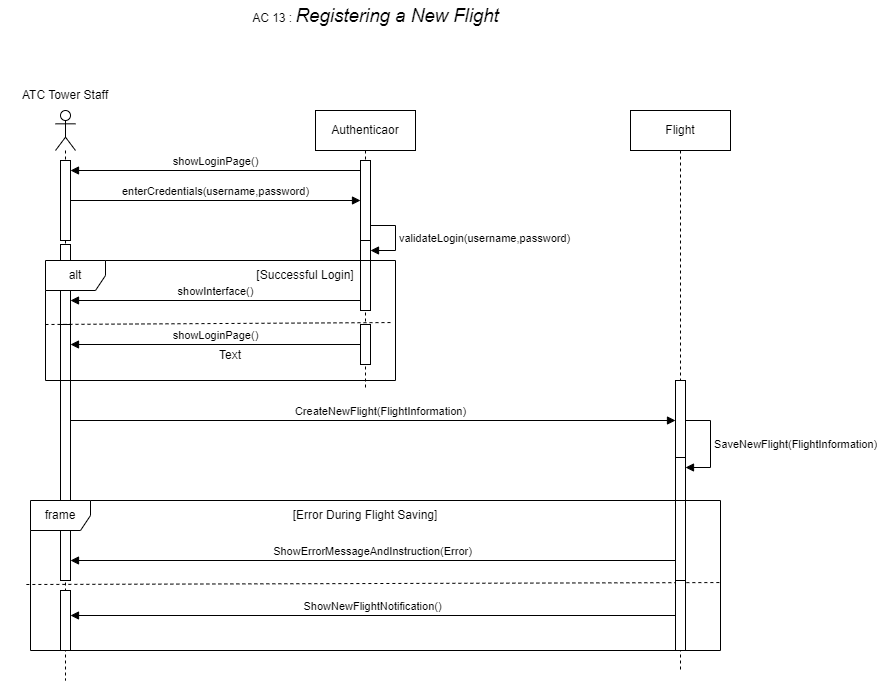
Earlier version of the draw.io export Diagramms/Sequence Diagrams/Thanas_SD13.drawio.png (Smr002/Group01_Airport_Management_System). Source tidied: cells renumbered, new cells last; positions are measured from the earlier drawing's top-left corner, leaving out a move shared by most shapes. The source it was exported from:
```xml
<mxGraphModel>
  <root>
    <mxCell id="0" />
    <mxCell id="1" parent="0" />
    <mxCell id="2" style="shape=umlLifeline;perimeter=lifelinePerimeter;whiteSpace=wrap;html=1;newEdgeStyle={&quot;curved&quot;:0,&quot;rounded&quot;:0};participant=umlActor;" parent="1" vertex="1">
      <mxGeometry x="55" y="110" width="20" height="570" as="geometry" />
    </mxCell>
    <mxCell id="3" style="html=1;points=[[0,0,0,0,5],[0,1,0,0,-5],[1,0,0,0,5],[1,1,0,0,-5]];perimeter=orthogonalPerimeter;outlineConnect=0;targetShapes=umlLifeline;portConstraint=eastwest;newEdgeStyle={&quot;curved&quot;:0,&quot;rounded&quot;:0};" parent="2" vertex="1">
      <mxGeometry x="5" y="50" width="10" height="80" as="geometry" />
    </mxCell>
    <mxCell id="4" style="html=1;perimeter=orthogonalPerimeter;targetShapes=umlLifeline;newEdgeStyle={&quot;curved&quot;:0,&quot;rounded&quot;:0};" parent="2" vertex="1">
      <mxGeometry x="5" y="134" width="10" height="80" as="geometry" />
    </mxCell>
    <mxCell id="5" style="html=1;points=[[0,0,0,0,5],[0,1,0,0,-5],[1,0,0,0,5],[1,1,0,0,-5]];perimeter=orthogonalPerimeter;outlineConnect=0;targetShapes=umlLifeline;portConstraint=eastwest;newEdgeStyle={&quot;curved&quot;:0,&quot;rounded&quot;:0};" parent="2" vertex="1">
      <mxGeometry x="5" y="214" width="10" height="256" as="geometry" />
    </mxCell>
    <mxCell id="6" style="html=1;points=[[0,0,0,0,5],[0,1,0,0,-5],[1,0,0,0,5],[1,1,0,0,-5]];perimeter=orthogonalPerimeter;outlineConnect=0;targetShapes=umlLifeline;portConstraint=eastwest;newEdgeStyle={&quot;curved&quot;:0,&quot;rounded&quot;:0};" parent="2" vertex="1">
      <mxGeometry x="5" y="480" width="10" height="60" as="geometry" />
    </mxCell>
    <mxCell id="7" value="Authenticaor" style="shape=umlLifeline;perimeter=lifelinePerimeter;whiteSpace=wrap;html=1;newEdgeStyle={&quot;curved&quot;:0,&quot;rounded&quot;:0};" parent="1" vertex="1">
      <mxGeometry x="315" y="110" width="100" height="280" as="geometry" />
    </mxCell>
    <mxCell id="8" style="html=1;points=[[0,0,0,0,5],[0,1,0,0,-5],[1,0,0,0,5],[1,1,0,0,-5]];perimeter=orthogonalPerimeter;outlineConnect=0;targetShapes=umlLifeline;portConstraint=eastwest;newEdgeStyle={&quot;curved&quot;:0,&quot;rounded&quot;:0};" parent="7" vertex="1">
      <mxGeometry x="45" y="50" width="10" height="80" as="geometry" />
    </mxCell>
    <mxCell id="9" style="html=1;points=[[0,0,0,0,5],[0,1,0,0,-5],[1,0,0,0,5],[1,1,0,0,-5]];perimeter=orthogonalPerimeter;outlineConnect=0;targetShapes=umlLifeline;portConstraint=eastwest;newEdgeStyle={&quot;curved&quot;:0,&quot;rounded&quot;:0};" parent="7" vertex="1">
      <mxGeometry x="45" y="130" width="10" height="70" as="geometry" />
    </mxCell>
    <mxCell id="10" value="validateLogin(username,password)" style="html=1;align=left;spacingLeft=2;endArrow=block;rounded=0;edgeStyle=orthogonalEdgeStyle;curved=0;rounded=0;" parent="7" edge="1" source="8" target="9">
      <mxGeometry relative="1" as="geometry">
        <Array as="points">
          <mxPoint x="80" y="115" />
          <mxPoint x="80" y="140" />
        </Array>
      </mxGeometry>
    </mxCell>
    <mxCell id="11" value="enterCredentials(username,password)" style="html=1;verticalAlign=bottom;endArrow=block;curved=0;rounded=0;" parent="1" edge="1" source="3" target="8">
      <mxGeometry relative="1" as="geometry" />
    </mxCell>
    <mxCell id="12" value="showLoginPage()" style="html=1;verticalAlign=bottom;endArrow=block;curved=0;rounded=0;" parent="1" edge="1" target="3">
      <mxGeometry relative="1" as="geometry">
        <mxPoint x="360" y="170" as="sourcePoint" />
      </mxGeometry>
    </mxCell>
    <mxCell id="13" value="alt" style="shape=umlFrame;whiteSpace=wrap;html=1;" parent="1" vertex="1">
      <mxGeometry x="45" y="260" width="350" height="120" as="geometry" />
    </mxCell>
    <mxCell id="14" value="showInterface()" style="html=1;verticalAlign=bottom;endArrow=block;curved=0;rounded=0;" parent="1" edge="1">
      <mxGeometry relative="1" as="geometry">
        <mxPoint x="360" y="300" as="sourcePoint" />
        <mxPoint x="70" y="300" as="targetPoint" />
      </mxGeometry>
    </mxCell>
    <mxCell id="15" style="html=1;points=[[0,0,0,0,5],[0,1,0,0,-5],[1,0,0,0,5],[1,1,0,0,-5]];perimeter=orthogonalPerimeter;outlineConnect=0;targetShapes=umlLifeline;portConstraint=eastwest;newEdgeStyle={&quot;curved&quot;:0,&quot;rounded&quot;:0};" parent="1" vertex="1">
      <mxGeometry x="360" y="324" width="10" height="40" as="geometry" />
    </mxCell>
    <mxCell id="16" value="showLoginPage()" style="html=1;verticalAlign=bottom;endArrow=block;curved=0;rounded=0;" parent="1" edge="1" source="15" target="5">
      <mxGeometry relative="1" as="geometry" />
    </mxCell>
    <mxCell id="17" style="endArrow=none;dashed=1;html=1;rounded=0;entryX=0.994;entryY=0.517;entryDx=0;entryDy=0;entryPerimeter=0;" parent="1" edge="1" target="13">
      <mxGeometry relative="1" as="geometry">
        <mxPoint x="45" y="324" as="sourcePoint" />
      </mxGeometry>
    </mxCell>
    <mxCell id="18" value="[Successful Login]" style="text;html=1;align=center;verticalAlign=middle;whiteSpace=wrap;rounded=0;" parent="1" vertex="1">
      <mxGeometry x="250" y="260" width="110" height="30" as="geometry" />
    </mxCell>
    <mxCell id="19" value="ATC Tower Staff" style="text;html=1;align=center;verticalAlign=middle;whiteSpace=wrap;rounded=0;" parent="1" vertex="1">
      <mxGeometry y="80" width="130" height="30" as="geometry" />
    </mxCell>
    <mxCell id="20" value="Flight" style="shape=umlLifeline;perimeter=lifelinePerimeter;whiteSpace=wrap;html=1;newEdgeStyle={&quot;curved&quot;:0,&quot;rounded&quot;:0};" parent="1" vertex="1">
      <mxGeometry x="630" y="110" width="100" height="560" as="geometry" />
    </mxCell>
    <mxCell id="21" style="html=1;points=[[0,0,0,0,5],[0,1,0,0,-5],[1,0,0,0,5],[1,1,0,0,-5]];perimeter=orthogonalPerimeter;outlineConnect=0;targetShapes=umlLifeline;portConstraint=eastwest;newEdgeStyle={&quot;curved&quot;:0,&quot;rounded&quot;:0};" parent="20" vertex="1">
      <mxGeometry x="45" y="270" width="10" height="80" as="geometry" />
    </mxCell>
    <mxCell id="22" style="html=1;points=[[0,0,0,0,5],[0,1,0,0,-5],[1,0,0,0,5],[1,1,0,0,-5]];perimeter=orthogonalPerimeter;outlineConnect=0;targetShapes=umlLifeline;portConstraint=eastwest;newEdgeStyle={&quot;curved&quot;:0,&quot;rounded&quot;:0};" parent="20" vertex="1">
      <mxGeometry x="45" y="347" width="10" height="123" as="geometry" />
    </mxCell>
    <mxCell id="23" value="SaveNewFlight(FlightInformation)" style="html=1;align=left;spacingLeft=2;endArrow=block;rounded=0;edgeStyle=orthogonalEdgeStyle;curved=0;rounded=0;" parent="20" edge="1" source="21" target="22">
      <mxGeometry relative="1" as="geometry">
        <Array as="points">
          <mxPoint x="80" y="310" />
          <mxPoint x="80" y="357" />
        </Array>
      </mxGeometry>
    </mxCell>
    <mxCell id="24" value="CreateNewFlight(FlightInformation)" style="html=1;verticalAlign=bottom;endArrow=block;curved=0;rounded=0;" parent="1" edge="1" target="21">
      <mxGeometry x="0.02" relative="1" as="geometry">
        <mxPoint x="70" y="420" as="sourcePoint" />
      </mxGeometry>
    </mxCell>
    <mxCell id="25" value="frame" style="shape=umlFrame;whiteSpace=wrap;html=1;" parent="1" vertex="1">
      <mxGeometry x="30" y="500" width="690" height="150" as="geometry" />
    </mxCell>
    <mxCell id="26" style="endArrow=none;dashed=1;html=1;rounded=0;exitX=-0.006;exitY=0.56;exitDx=0;exitDy=0;exitPerimeter=0;entryX=1;entryY=0.547;entryDx=0;entryDy=0;entryPerimeter=0;" parent="1" edge="1" source="25" target="25">
      <mxGeometry relative="1" as="geometry" />
    </mxCell>
    <mxCell id="27" style="html=1;points=[[0,0,0,0,5],[0,1,0,0,-5],[1,0,0,0,5],[1,1,0,0,-5]];perimeter=orthogonalPerimeter;outlineConnect=0;targetShapes=umlLifeline;portConstraint=eastwest;newEdgeStyle={&quot;curved&quot;:0,&quot;rounded&quot;:0};" parent="1" vertex="1">
      <mxGeometry x="675" y="580" width="10" height="70" as="geometry" />
    </mxCell>
    <mxCell id="28" value="Text" style="text;html=1;align=center;verticalAlign=middle;whiteSpace=wrap;rounded=0;" parent="1" vertex="1">
      <mxGeometry x="200" y="340" width="60" height="30" as="geometry" />
    </mxCell>
    <mxCell id="29" value="[Error During Flight Saving]" style="text;html=1;align=center;verticalAlign=middle;whiteSpace=wrap;rounded=0;" parent="1" vertex="1">
      <mxGeometry x="255" y="500" width="220" height="30" as="geometry" />
    </mxCell>
    <mxCell id="30" value="ShowErrorMessageAndInstruction(Error)" style="html=1;verticalAlign=bottom;endArrow=block;curved=0;rounded=0;" parent="1" edge="1">
      <mxGeometry relative="1" as="geometry">
        <mxPoint x="675" y="560" as="sourcePoint" />
        <mxPoint x="70" y="560" as="targetPoint" />
      </mxGeometry>
    </mxCell>
    <mxCell id="31" value="ShowNewFlightNotification()" style="html=1;verticalAlign=bottom;endArrow=block;curved=0;rounded=0;" parent="1" edge="1" source="27" target="6">
      <mxGeometry relative="1" as="geometry" />
    </mxCell>
    <mxCell id="32" value="AC 13 :&amp;nbsp;&lt;i&gt;&lt;span style=&quot;font-size:14.0pt;line-height:115%;font-family:&amp;quot;Arial&amp;quot;,sans-serif;&lt;br/&gt;mso-fareast-font-family:Arial;mso-font-kerning:0pt;mso-ligatures:none;&lt;br/&gt;mso-ansi-language:EN;mso-fareast-language:EN-US;mso-bidi-language:AR-SA&quot; lang=&quot;EN&quot;&gt;Registering a New Flight&lt;/span&gt;&lt;/i&gt;" style="text;html=1;align=center;verticalAlign=middle;whiteSpace=wrap;rounded=0;" parent="1" vertex="1">
      <mxGeometry x="152.5" width="445" height="30" as="geometry" />
    </mxCell>
  </root>
</mxGraphModel>
```
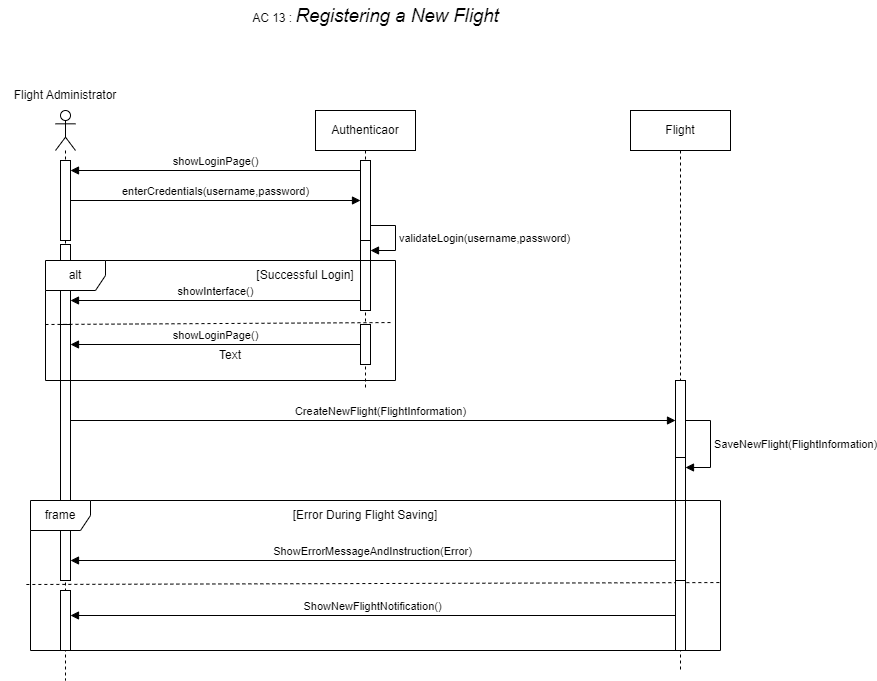
After the commit.

Change to the diagram source:
```diff
@@ -65,7 +65,7 @@
     <mxCell id="18" value="[Successful Login]" style="text;html=1;align=center;verticalAlign=middle;whiteSpace=wrap;rounded=0;" parent="1" vertex="1">
       <mxGeometry x="250" y="260" width="110" height="30" as="geometry" />
     </mxCell>
-    <mxCell id="19" value="ATC Tower Staff" style="text;html=1;align=center;verticalAlign=middle;whiteSpace=wrap;rounded=0;" parent="1" vertex="1">
+    <mxCell id="19" value="Flight Administrator" style="text;html=1;align=center;verticalAlign=middle;whiteSpace=wrap;rounded=0;" parent="1" vertex="1">
       <mxGeometry y="80" width="130" height="30" as="geometry" />
     </mxCell>
     <mxCell id="20" value="Flight" style="shape=umlLifeline;perimeter=lifelinePerimeter;whiteSpace=wrap;html=1;newEdgeStyle={&quot;curved&quot;:0,&quot;rounded&quot;:0};" parent="1" vertex="1">
```
